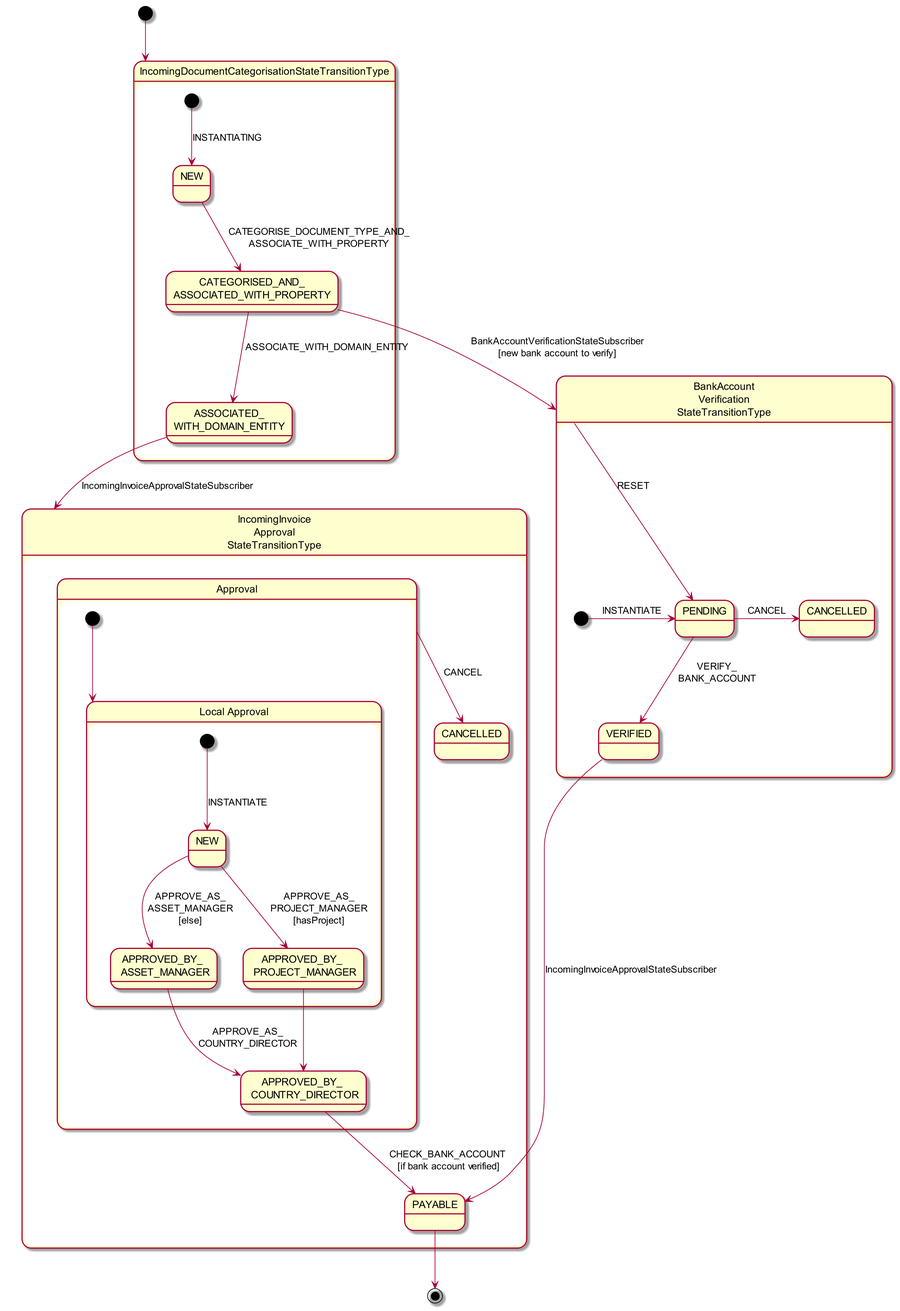
estatio/estatio keeps this PlantUML diagram as adocs/documentation/src/main/asciidoc/state-charts.png. Above is the earlier version.
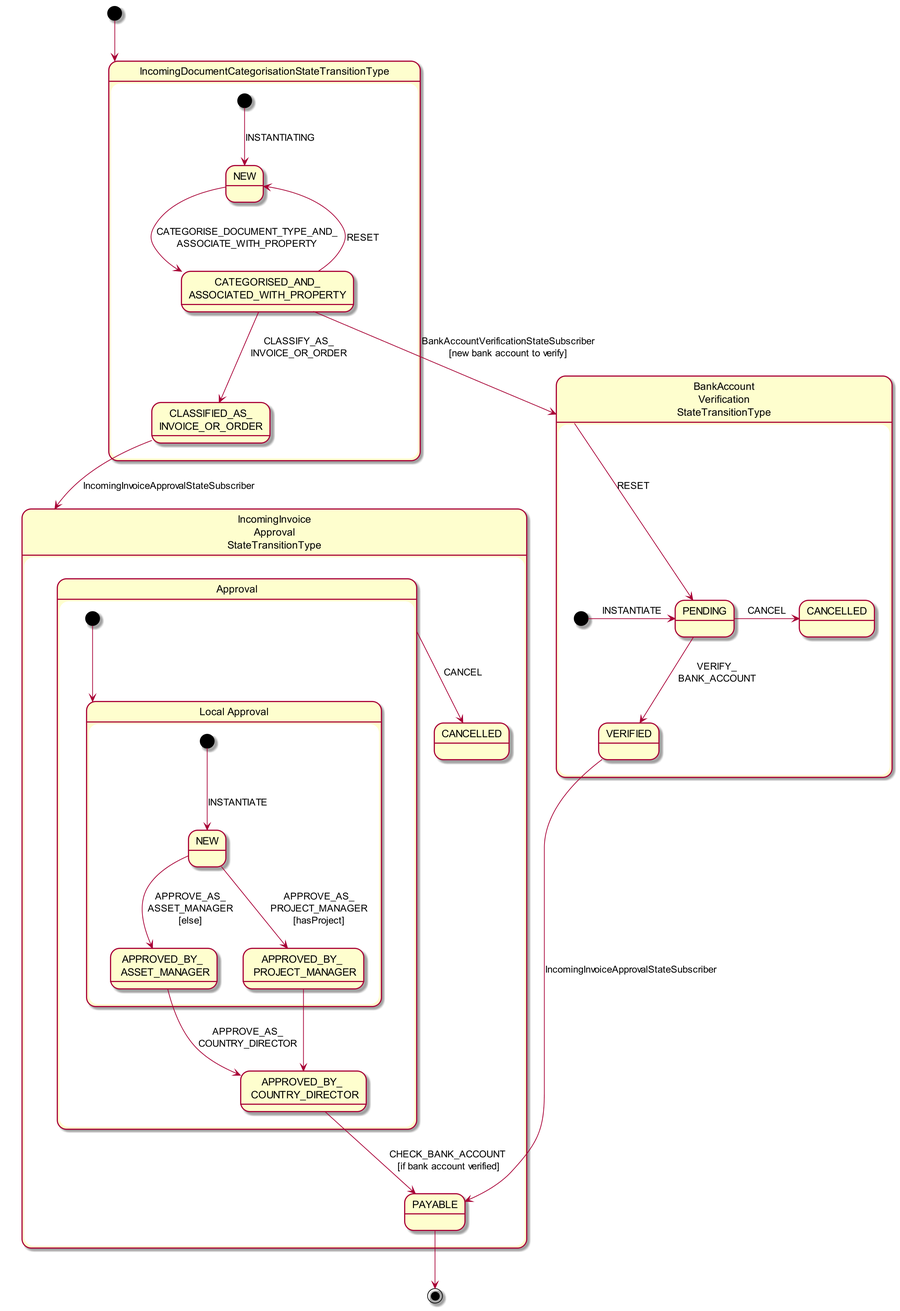
After the commit.

Change to the diagram source:
```diff
@@ -2,13 +2,17 @@
 skinparam dpi 200
 
 state "IncomingDocumentCategorisationStateTransitionType" as idc {
+
     state "NEW" as idc_new
     state "CATEGORISED_AND_\nASSOCIATED_WITH_PROPERTY" as idc_caawp
-    state "ASSOCIATED_\nWITH_DOMAIN_ENTITY" as idc_awde
+
+    state "CLASSIFIED_AS_\nINVOICE_OR_ORDER" as idc_awde
 
     [*] --> idc_new: INSTANTIATING
-    idc_new --> idc_caawp : CATEGORISE_DOCUMENT_TYPE_AND_\nASSOCIATE_WITH_PROPERTY
-    idc_caawp --> idc_awde : ASSOCIATE_WITH_DOMAIN_ENTITY
+    idc_new -down-> idc_caawp : CATEGORISE_DOCUMENT_TYPE_AND_\nASSOCIATE_WITH_PROPERTY
+    idc_caawp -up-> idc_new : RESET
+
+    idc_caawp --> idc_awde : CLASSIFY_AS_\nINVOICE_OR_ORDER
 }
 
 
@@ -24,10 +28,10 @@
 
 }
 
+[*] -> idc
+
 idc_caawp -right-> bbv : BankAccountVerificationStateSubscriber\n[new bank account to verify]
 
-
-[*] -> idc
 idc_awde -> iia : IncomingInvoiceApprovalStateSubscriber
 
 
```
